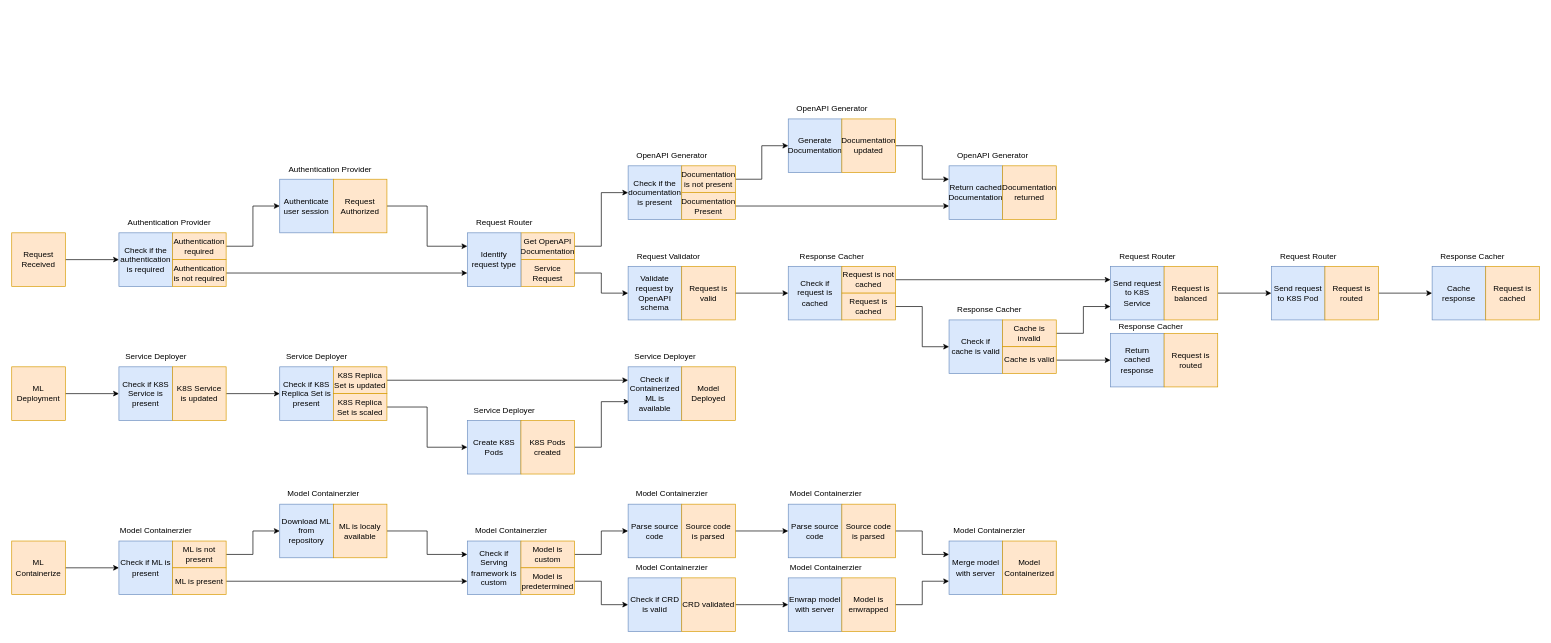
Above: PracticeTasks/Module2/Task_9/events.drawio in fanglores/Advanced-Software-Design (draw.io), before the change. Source tidied: cells renumbered, new cells numbered last; positions are measured from the earlier drawing's top-left corner, leaving out a move shared by most shapes. Both pictures are drawn from the tidied source at 67%, with x=0, y=0 at pixel (11, 98).
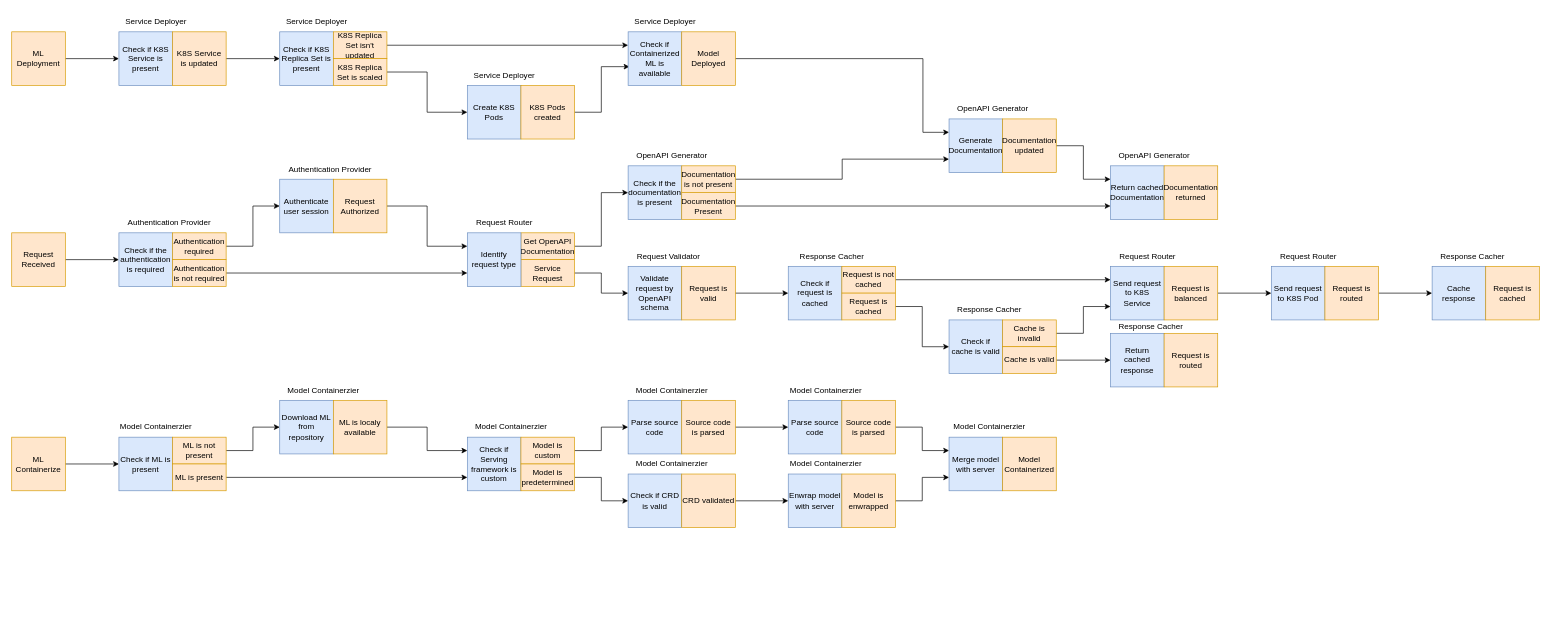
The same page after the edit.

Unchanged cells that the change refers to:
```xml
<mxCell id="24" value="Documentation is not present" style="rounded=0;whiteSpace=wrap;html=1;fillColor=#ffe6cc;strokeColor=#d79b00;" parent="1" vertex="1">
  <mxGeometry x="1000" y="100" width="80" height="40" as="geometry" />
</mxCell>
```

The edit, as a diff of the source:
```diff
@@
-    <mxCell id="23" style="edgeStyle=orthogonalEdgeStyle;rounded=0;jettySize=auto;html=1;exitX=1;exitY=0.5;exitDx=0;exitDy=0;entryX=0;entryY=0.5;entryDx=0;entryDy=0;" parent="1" edge="1" source="24" target="25">
+    <mxCell id="23" style="edgeStyle=orthogonalEdgeStyle;rounded=0;html=1;exitX=1;exitY=0.5;exitDx=0;exitDy=0;entryX=0;entryY=0.75;entryDx=0;entryDy=0;" parent="1" edge="1" source="24" target="25">
       <mxGeometry relative="1" as="geometry" />
     </mxCell>
@@
-    <mxCell id="25" value="Generate Documentation" style="rounded=0;whiteSpace=wrap;html=1;fillColor=#dae8fc;strokeColor=#6c8ebf;" parent="1" vertex="1">
-      <mxGeometry x="1159" y="30" width="80" height="80" as="geometry" />
-    </mxCell>
-    <mxCell id="26" style="edgeStyle=orthogonalEdgeStyle;rounded=0;jettySize=auto;html=1;exitX=1;exitY=0.5;exitDx=0;exitDy=0;entryX=0;entryY=0.25;entryDx=0;entryDy=0;" parent="1" edge="1" source="27" target="33">
-      <mxGeometry relative="1" as="geometry" />
-    </mxCell>
-    <mxCell id="27" value="Documentation updated" style="rounded=0;whiteSpace=wrap;html=1;fillColor=#ffe6cc;strokeColor=#d79b00;" parent="1" vertex="1">
-      <mxGeometry x="1239" y="30" width="80" height="80" as="geometry" />
-    </mxCell>
@@
     <mxCell id="29" value="ML Deployment" style="rounded=0;whiteSpace=wrap;html=1;fillColor=#ffe6cc;strokeColor=#d79b00;" parent="1" vertex="1">
-      <mxGeometry y="400" width="80" height="80" as="geometry" />
+      <mxGeometry y="-100" width="80" height="80" as="geometry" />
     </mxCell>
     <mxCell id="30" value="Check if K8S Service is present" style="rounded=0;whiteSpace=wrap;html=1;fillColor=#dae8fc;strokeColor=#6c8ebf;" parent="1" vertex="1">
-      <mxGeometry x="160" y="400" width="80" height="80" as="geometry" />
+      <mxGeometry x="160" y="-100" width="80" height="80" as="geometry" />
     </mxCell>
@@
     <mxCell id="32" value="K8S Service is updated" style="rounded=0;whiteSpace=wrap;html=1;fillColor=#ffe6cc;strokeColor=#d79b00;" parent="1" vertex="1">
-      <mxGeometry x="240" y="400" width="80" height="80" as="geometry" />
+      <mxGeometry x="240" y="-100" width="80" height="80" as="geometry" />
     </mxCell>
     <mxCell id="33" value="Return cached Documentation" style="rounded=0;whiteSpace=wrap;html=1;fillColor=#dae8fc;strokeColor=#6c8ebf;" parent="1" vertex="1">
-      <mxGeometry x="1399" y="100" width="80" height="80" as="geometry" />
+      <mxGeometry x="1640" y="100" width="80" height="80" as="geometry" />
     </mxCell>
     <mxCell id="34" value="Documentation returned" style="rounded=0;whiteSpace=wrap;html=1;fillColor=#ffe6cc;strokeColor=#d79b00;" parent="1" vertex="1">
-      <mxGeometry x="1479" y="100" width="80" height="80" as="geometry" />
+      <mxGeometry x="1720" y="100" width="80" height="80" as="geometry" />
     </mxCell>
@@
     <mxCell id="41" value="Check if K8S Replica Set is present" style="rounded=0;whiteSpace=wrap;html=1;fillColor=#dae8fc;strokeColor=#6c8ebf;" parent="1" vertex="1">
-      <mxGeometry x="400" y="400" width="80" height="80" as="geometry" />
+      <mxGeometry x="400" y="-100" width="80" height="80" as="geometry" />
     </mxCell>
@@
-    <mxCell id="43" value="K8S Replica Set is updated" style="rounded=0;whiteSpace=wrap;html=1;fillColor=#ffe6cc;strokeColor=#d79b00;" parent="1" vertex="1">
-      <mxGeometry x="480" y="400" width="80" height="40" as="geometry" />
+    <mxCell id="43" value="K8S Replica Set isn't updated" style="rounded=0;whiteSpace=wrap;html=1;fillColor=#ffe6cc;strokeColor=#d79b00;" parent="1" vertex="1">
+      <mxGeometry x="480" y="-100" width="80" height="40" as="geometry" />
     </mxCell>
@@
     <mxCell id="45" value="K8S Replica Set is scaled" style="rounded=0;whiteSpace=wrap;html=1;fillColor=#ffe6cc;strokeColor=#d79b00;" parent="1" vertex="1">
-      <mxGeometry x="480" y="440" width="80" height="40" as="geometry" />
+      <mxGeometry x="480" y="-60" width="80" height="40" as="geometry" />
     </mxCell>
     <mxCell id="46" value="Create K8S Pods" style="rounded=0;whiteSpace=wrap;html=1;fillColor=#dae8fc;strokeColor=#6c8ebf;" parent="1" vertex="1">
-      <mxGeometry x="680" y="480" width="80" height="80" as="geometry" />
+      <mxGeometry x="680" y="-20" width="80" height="80" as="geometry" />
     </mxCell>
@@
     <mxCell id="48" value="K8S Pods created" style="rounded=0;whiteSpace=wrap;html=1;fillColor=#ffe6cc;strokeColor=#d79b00;" parent="1" vertex="1">
-      <mxGeometry x="760" y="480" width="80" height="80" as="geometry" />
+      <mxGeometry x="760" y="-20" width="80" height="80" as="geometry" />
     </mxCell>
     <mxCell id="49" value="Check if Containerized ML is available" style="rounded=0;whiteSpace=wrap;html=1;fillColor=#dae8fc;strokeColor=#6c8ebf;" parent="1" vertex="1">
-      <mxGeometry x="920" y="400" width="80" height="80" as="geometry" />
+      <mxGeometry x="920" y="-100" width="80" height="80" as="geometry" />
     </mxCell>
+    <mxCell id="119" style="edgeStyle=orthogonalEdgeStyle;rounded=0;html=1;exitX=1;exitY=0.5;exitDx=0;exitDy=0;entryX=0;entryY=0.25;entryDx=0;entryDy=0;" parent="1" edge="1" source="50" target="25">
+      <mxGeometry relative="1" as="geometry">
+        <Array as="points">
+          <mxPoint x="1360" y="-60" />
+          <mxPoint x="1360" y="50" />
+        </Array>
+      </mxGeometry>
+    </mxCell>
     <mxCell id="50" value="Model Deployed" style="rounded=0;whiteSpace=wrap;html=1;fillColor=#ffe6cc;strokeColor=#d79b00;" parent="1" vertex="1">
-      <mxGeometry x="1000" y="400" width="80" height="80" as="geometry" />
+      <mxGeometry x="1000" y="-100" width="80" height="80" as="geometry" />
     </mxCell>
@@
     <mxCell id="66" value="ML Containerize" style="rounded=0;whiteSpace=wrap;html=1;fillColor=#ffe6cc;strokeColor=#d79b00;" parent="1" vertex="1">
-      <mxGeometry y="660" width="80" height="80" as="geometry" />
+      <mxGeometry y="505" width="80" height="80" as="geometry" />
     </mxCell>
     <mxCell id="67" value="Check if Serving framework is custom" style="rounded=0;whiteSpace=wrap;html=1;fillColor=#dae8fc;strokeColor=#6c8ebf;" parent="1" vertex="1">
-      <mxGeometry x="680" y="660" width="80" height="80" as="geometry" />
+      <mxGeometry x="680" y="505" width="80" height="80" as="geometry" />
     </mxCell>
@@
     <mxCell id="69" value="Model is custom" style="rounded=0;whiteSpace=wrap;html=1;fillColor=#ffe6cc;strokeColor=#d79b00;" parent="1" vertex="1">
-      <mxGeometry x="760" y="660" width="80" height="40" as="geometry" />
+      <mxGeometry x="760" y="505" width="80" height="40" as="geometry" />
     </mxCell>
@@
     <mxCell id="71" value="Model is predetermined" style="rounded=0;whiteSpace=wrap;html=1;fillColor=#ffe6cc;strokeColor=#d79b00;" parent="1" vertex="1">
-      <mxGeometry x="760" y="700" width="80" height="40" as="geometry" />
+      <mxGeometry x="760" y="545" width="80" height="40" as="geometry" />
     </mxCell>
     <mxCell id="72" value="Parse source code" style="rounded=0;whiteSpace=wrap;html=1;fillColor=#dae8fc;strokeColor=#6c8ebf;" parent="1" vertex="1">
-      <mxGeometry x="920" y="605" width="80" height="80" as="geometry" />
+      <mxGeometry x="920" y="450" width="80" height="80" as="geometry" />
     </mxCell>
@@
     <mxCell id="74" value="Source code is parsed" style="rounded=0;whiteSpace=wrap;html=1;fillColor=#ffe6cc;strokeColor=#d79b00;" parent="1" vertex="1">
-      <mxGeometry x="1000" y="605" width="80" height="80" as="geometry" />
+      <mxGeometry x="1000" y="450" width="80" height="80" as="geometry" />
     </mxCell>
     <mxCell id="75" value="Check if CRD is valid" style="rounded=0;whiteSpace=wrap;html=1;fillColor=#dae8fc;strokeColor=#6c8ebf;" parent="1" vertex="1">
-      <mxGeometry x="920" y="715" width="80" height="80" as="geometry" />
+      <mxGeometry x="920" y="560" width="80" height="80" as="geometry" />
     </mxCell>
@@
     <mxCell id="77" value="CRD validated" style="rounded=0;whiteSpace=wrap;html=1;fillColor=#ffe6cc;strokeColor=#d79b00;" parent="1" vertex="1">
-      <mxGeometry x="1000" y="715" width="80" height="80" as="geometry" />
+      <mxGeometry x="1000" y="560" width="80" height="80" as="geometry" />
     </mxCell>
     <mxCell id="78" value="Download ML from repository" style="rounded=0;whiteSpace=wrap;html=1;fillColor=#dae8fc;strokeColor=#6c8ebf;" parent="1" vertex="1">
-      <mxGeometry x="400" y="605" width="80" height="80" as="geometry" />
+      <mxGeometry x="400" y="450" width="80" height="80" as="geometry" />
     </mxCell>
@@
     <mxCell id="80" value="ML is localy available" style="rounded=0;whiteSpace=wrap;html=1;fillColor=#ffe6cc;strokeColor=#d79b00;" parent="1" vertex="1">
-      <mxGeometry x="480" y="605" width="80" height="80" as="geometry" />
+      <mxGeometry x="480" y="450" width="80" height="80" as="geometry" />
     </mxCell>
     <mxCell id="81" value="Enwrap model with server" style="rounded=0;whiteSpace=wrap;html=1;fillColor=#dae8fc;strokeColor=#6c8ebf;" parent="1" vertex="1">
-      <mxGeometry x="1159" y="715" width="80" height="80" as="geometry" />
+      <mxGeometry x="1159" y="560" width="80" height="80" as="geometry" />
     </mxCell>
@@
     <mxCell id="83" value="Model is enwrapped" style="rounded=0;whiteSpace=wrap;html=1;fillColor=#ffe6cc;strokeColor=#d79b00;" parent="1" vertex="1">
-      <mxGeometry x="1239" y="715" width="80" height="80" as="geometry" />
+      <mxGeometry x="1239" y="560" width="80" height="80" as="geometry" />
     </mxCell>
     <mxCell id="84" value="Parse source code" style="rounded=0;whiteSpace=wrap;html=1;fillColor=#dae8fc;strokeColor=#6c8ebf;" parent="1" vertex="1">
-      <mxGeometry x="1159" y="605" width="80" height="80" as="geometry" />
+      <mxGeometry x="1159" y="450" width="80" height="80" as="geometry" />
     </mxCell>
@@
     <mxCell id="86" value="Source code is parsed" style="rounded=0;whiteSpace=wrap;html=1;fillColor=#ffe6cc;strokeColor=#d79b00;" parent="1" vertex="1">
-      <mxGeometry x="1239" y="605" width="80" height="80" as="geometry" />
+      <mxGeometry x="1239" y="450" width="80" height="80" as="geometry" />
     </mxCell>
     <mxCell id="87" value="Check if ML is present" style="rounded=0;whiteSpace=wrap;html=1;fillColor=#dae8fc;strokeColor=#6c8ebf;" parent="1" vertex="1">
-      <mxGeometry x="160" y="660" width="80" height="80" as="geometry" />
+      <mxGeometry x="160" y="505" width="80" height="80" as="geometry" />
     </mxCell>
@@
     <mxCell id="90" value="ML is not present" style="rounded=0;whiteSpace=wrap;html=1;fillColor=#ffe6cc;strokeColor=#d79b00;" parent="1" vertex="1">
-      <mxGeometry x="240" y="660" width="80" height="40" as="geometry" />
+      <mxGeometry x="240" y="505" width="80" height="40" as="geometry" />
     </mxCell>
     <mxCell id="91" value="ML is present" style="rounded=0;whiteSpace=wrap;html=1;fillColor=#ffe6cc;strokeColor=#d79b00;" parent="1" vertex="1">
-      <mxGeometry x="240" y="700" width="80" height="40" as="geometry" />
+      <mxGeometry x="240" y="545" width="80" height="40" as="geometry" />
     </mxCell>
     <mxCell id="92" value="Merge model with server" style="rounded=0;whiteSpace=wrap;html=1;fillColor=#dae8fc;strokeColor=#6c8ebf;" parent="1" vertex="1">
-      <mxGeometry x="1399" y="660" width="80" height="80" as="geometry" />
+      <mxGeometry x="1399" y="505" width="80" height="80" as="geometry" />
     </mxCell>
     <mxCell id="93" value="Model Containerized" style="rounded=0;whiteSpace=wrap;html=1;fillColor=#ffe6cc;strokeColor=#d79b00;" parent="1" vertex="1">
-      <mxGeometry x="1479" y="660" width="80" height="80" as="geometry" />
+      <mxGeometry x="1479" y="505" width="80" height="80" as="geometry" />
     </mxCell>
@@
-    <mxCell id="99" value="OpenAPI Generator" style="text;html=1;align=center;verticalAlign=middle;strokeColor=none;fillColor=none;" parent="1" vertex="1">
-      <mxGeometry x="1159" width="130" height="30" as="geometry" />
-    </mxCell>
     <mxCell id="100" value="OpenAPI Generator" style="text;html=1;align=center;verticalAlign=middle;strokeColor=none;fillColor=none;" parent="1" vertex="1">
-      <mxGeometry x="1399" y="70" width="130" height="30" as="geometry" />
+      <mxGeometry x="1640" y="70" width="130" height="30" as="geometry" />
     </mxCell>
     <mxCell id="101" value="Service Deployer" style="text;html=1;align=center;verticalAlign=middle;strokeColor=none;fillColor=none;" parent="1" vertex="1">
-      <mxGeometry x="160" y="370" width="110" height="30" as="geometry" />
+      <mxGeometry x="160" y="-130" width="110" height="30" as="geometry" />
     </mxCell>
     <mxCell id="102" value="Service Deployer" style="text;html=1;align=center;verticalAlign=middle;strokeColor=none;fillColor=none;" parent="1" vertex="1">
-      <mxGeometry x="400" y="370" width="110" height="30" as="geometry" />
+      <mxGeometry x="400" y="-130" width="110" height="30" as="geometry" />
     </mxCell>
     <mxCell id="103" value="Service Deployer" style="text;html=1;align=center;verticalAlign=middle;strokeColor=none;fillColor=none;" parent="1" vertex="1">
-      <mxGeometry x="680" y="450" width="110" height="30" as="geometry" />
+      <mxGeometry x="680" y="-50" width="110" height="30" as="geometry" />
     </mxCell>
     <mxCell id="104" value="Service Deployer" style="text;html=1;align=center;verticalAlign=middle;strokeColor=none;fillColor=none;" parent="1" vertex="1">
-      <mxGeometry x="920" y="370" width="110" height="30" as="geometry" />
+      <mxGeometry x="920" y="-130" width="110" height="30" as="geometry" />
     </mxCell>
@@
     <mxCell id="111" value="Model Containerzier" style="text;html=1;align=center;verticalAlign=middle;strokeColor=none;fillColor=none;" parent="1" vertex="1">
-      <mxGeometry x="150" y="630" width="130" height="30" as="geometry" />
+      <mxGeometry x="150" y="475" width="130" height="30" as="geometry" />
     </mxCell>
     <mxCell id="112" value="Model Containerzier" style="text;html=1;align=center;verticalAlign=middle;strokeColor=none;fillColor=none;" parent="1" vertex="1">
-      <mxGeometry x="400" y="575" width="130" height="30" as="geometry" />
+      <mxGeometry x="400" y="420" width="130" height="30" as="geometry" />
     </mxCell>
     <mxCell id="113" value="Model Containerzier" style="text;html=1;align=center;verticalAlign=middle;strokeColor=none;fillColor=none;" parent="1" vertex="1">
-      <mxGeometry x="680" y="630" width="130" height="30" as="geometry" />
+      <mxGeometry x="680" y="475" width="130" height="30" as="geometry" />
     </mxCell>
     <mxCell id="114" value="Model Containerzier" style="text;html=1;align=center;verticalAlign=middle;strokeColor=none;fillColor=none;" parent="1" vertex="1">
-      <mxGeometry x="920" y="575" width="130" height="30" as="geometry" />
+      <mxGeometry x="920" y="420" width="130" height="30" as="geometry" />
     </mxCell>
     <mxCell id="115" value="Model Containerzier" style="text;html=1;align=center;verticalAlign=middle;strokeColor=none;fillColor=none;" parent="1" vertex="1">
-      <mxGeometry x="1150" y="575" width="130" height="30" as="geometry" />
+      <mxGeometry x="1150" y="420" width="130" height="30" as="geometry" />
     </mxCell>
     <mxCell id="116" value="Model Containerzier" style="text;html=1;align=center;verticalAlign=middle;strokeColor=none;fillColor=none;" parent="1" vertex="1">
-      <mxGeometry x="920" y="685" width="130" height="30" as="geometry" />
+      <mxGeometry x="920" y="530" width="130" height="30" as="geometry" />
     </mxCell>
     <mxCell id="117" value="Model Containerzier" style="text;html=1;align=center;verticalAlign=middle;strokeColor=none;fillColor=none;" parent="1" vertex="1">
-      <mxGeometry x="1150" y="685" width="130" height="30" as="geometry" />
+      <mxGeometry x="1150" y="530" width="130" height="30" as="geometry" />
     </mxCell>
     <mxCell id="118" value="Model Containerzier" style="text;html=1;align=center;verticalAlign=middle;strokeColor=none;fillColor=none;" parent="1" vertex="1">
-      <mxGeometry x="1394" y="630" width="130" height="30" as="geometry" />
+      <mxGeometry x="1394" y="475" width="130" height="30" as="geometry" />
     </mxCell>
+    <mxCell id="25" value="Generate Documentation" style="rounded=0;whiteSpace=wrap;html=1;fillColor=#dae8fc;strokeColor=#6c8ebf;" parent="1" vertex="1">
+      <mxGeometry x="1399" y="30" width="80" height="80" as="geometry" />
+    </mxCell>
+    <mxCell id="26" style="edgeStyle=orthogonalEdgeStyle;html=1;exitX=1;exitY=0.5;exitDx=0;exitDy=0;entryX=0;entryY=0.25;entryDx=0;entryDy=0;rounded=0;" parent="1" edge="1" source="27" target="33">
+      <mxGeometry relative="1" as="geometry" />
+    </mxCell>
+    <mxCell id="27" value="Documentation updated" style="rounded=0;whiteSpace=wrap;html=1;fillColor=#ffe6cc;strokeColor=#d79b00;" parent="1" vertex="1">
+      <mxGeometry x="1479" y="30" width="80" height="80" as="geometry" />
+    </mxCell>
+    <mxCell id="99" value="OpenAPI Generator" style="text;html=1;align=center;verticalAlign=middle;strokeColor=none;fillColor=none;" parent="1" vertex="1">
+      <mxGeometry x="1399" width="130" height="30" as="geometry" />
+    </mxCell>
```
